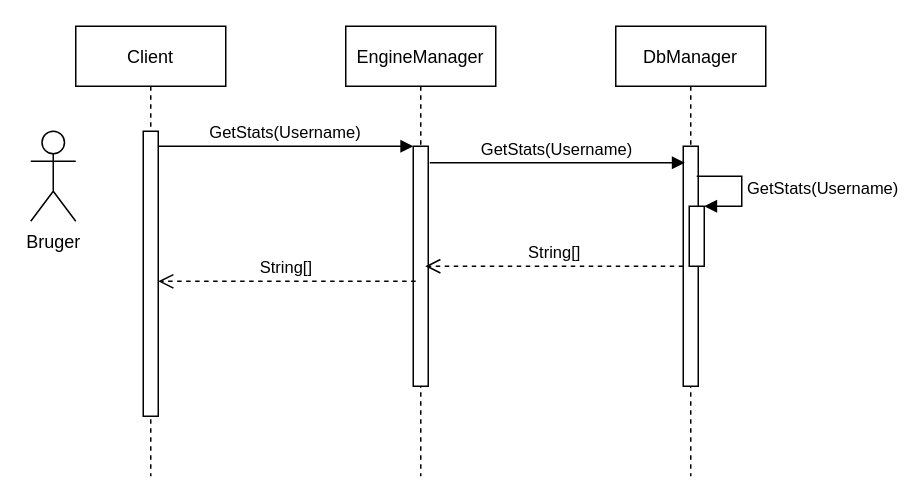
Earlier version of the draw.io diagram Diagrammer/Filer/Sekvens/GetStats SD.drawio (Olivervesth/KortKlubben). Source tidied: cells renumbered, new cells numbered last; positions are measured from the earlier drawing's top-left corner, leaving out a move shared by most shapes. Both pictures are drawn from the tidied source at 150%, with x=0, y=0 at pixel (30, 26).
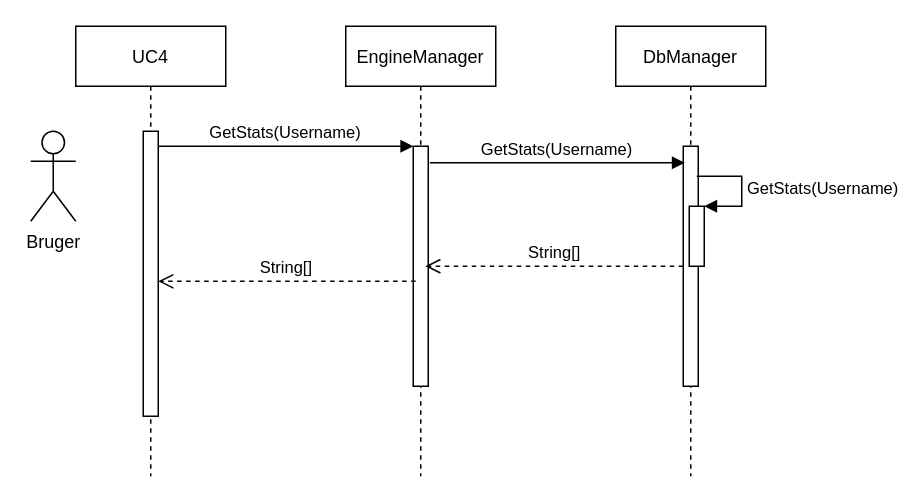
After the change.

The edit, as a diff of the source:
```diff
@@
 <mxGraphModel>
   <root>
     <mxCell id="0" />
     <mxCell id="1" parent="0" />
-    <mxCell id="2" value="Client" style="shape=umlLifeline;perimeter=lifelinePerimeter;rounded=0;shadow=0;strokeWidth=1;" parent="1" vertex="1">
+    <mxCell id="2" value="UC4" style="shape=umlLifeline;perimeter=lifelinePerimeter;rounded=0;shadow=0;strokeWidth=1;" parent="1" vertex="1">
       <mxGeometry x="30" width="100" height="300" as="geometry" />
     </mxCell>
     <mxCell id="3" style="points=[];perimeter=orthogonalPerimeter;rounded=0;shadow=0;strokeWidth=1;" parent="2" vertex="1">
       <mxGeometry x="45" y="70" width="10" height="190" as="geometry" />
     </mxCell>
     <mxCell id="4" value="EngineManager" style="shape=umlLifeline;perimeter=lifelinePerimeter;rounded=0;shadow=0;strokeWidth=1;" parent="1" vertex="1">
       <mxGeometry x="210" width="100" height="300" as="geometry" />
     </mxCell>
     <mxCell id="5" style="points=[];perimeter=orthogonalPerimeter;rounded=0;shadow=0;strokeWidth=1;" parent="4" vertex="1">
       <mxGeometry x="45" y="80" width="10" height="160" as="geometry" />
     </mxCell>
     <mxCell id="6" value="String[]" style="verticalAlign=bottom;endArrow=open;dashed=1;endSize=8;shadow=0;strokeWidth=1;exitX=0.159;exitY=0.563;exitDx=0;exitDy=0;exitPerimeter=0;" parent="1" edge="1" source="5" target="3">
       <mxGeometry relative="1" as="geometry" />
     </mxCell>
     <mxCell id="7" value="GetStats(Username)" style="verticalAlign=bottom;endArrow=block;entryX=0;entryY=0;shadow=0;strokeWidth=1;" parent="1" edge="1" source="3" target="5">
       <mxGeometry relative="1" as="geometry" />
     </mxCell>
     <mxCell id="8" value="DbManager" style="shape=umlLifeline;perimeter=lifelinePerimeter;rounded=0;shadow=0;strokeWidth=1;" parent="1" vertex="1">
       <mxGeometry x="390" width="100" height="300" as="geometry" />
     </mxCell>
     <mxCell id="9" style="points=[];perimeter=orthogonalPerimeter;rounded=0;shadow=0;strokeWidth=1;" parent="8" vertex="1">
       <mxGeometry x="45" y="80" width="10" height="160" as="geometry" />
     </mxCell>
     <mxCell id="10" style="html=1;points=[];perimeter=orthogonalPerimeter;" parent="8" vertex="1">
       <mxGeometry x="49" y="120" width="10" height="40" as="geometry" />
     </mxCell>
     <mxCell id="11" value="&lt;span style=&quot;text-align: center;&quot;&gt;GetStats(Username)&lt;/span&gt;" style="edgeStyle=orthogonalEdgeStyle;html=1;align=left;spacingLeft=2;endArrow=block;rounded=0;entryX=1;entryY=0;" parent="8" edge="1" target="10">
       <mxGeometry relative="1" as="geometry">
         <mxPoint x="54" y="100" as="sourcePoint" />
         <Array as="points">
           <mxPoint x="84" y="100" />
         </Array>
       </mxGeometry>
     </mxCell>
     <mxCell id="12" value="Bruger" style="shape=umlActor;verticalLabelPosition=bottom;verticalAlign=top;html=1;" parent="1" vertex="1">
       <mxGeometry y="70" width="30" height="60" as="geometry" />
     </mxCell>
     <mxCell id="13" value="GetStats(Username)" style="verticalAlign=bottom;endArrow=block;entryX=0;entryY=0;shadow=0;strokeWidth=1;" parent="1" edge="1">
       <mxGeometry relative="1" as="geometry">
         <mxPoint x="266" y="91" as="sourcePoint" />
         <mxPoint x="436" y="91" as="targetPoint" />
       </mxGeometry>
     </mxCell>
     <mxCell id="14" value="String[]" style="html=1;verticalAlign=bottom;endArrow=open;dashed=1;endSize=8;rounded=0;" parent="1" edge="1" source="9">
       <mxGeometry relative="1" as="geometry">
         <mxPoint x="263" y="160" as="targetPoint" />
       </mxGeometry>
     </mxCell>
   </root>
 </mxGraphModel>
```
